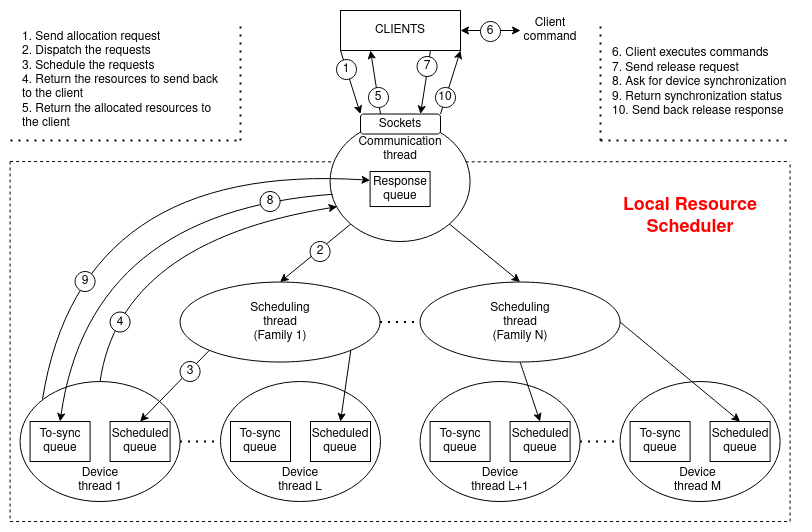
cea-hpc/phobos keeps this draw.io diagram as doc/design/pictures/LRS_schema.png. Above is the earlier version. Source tidied: cells renumbered, new cells last; positions are measured from the earlier drawing's top-left corner, leaving out a move shared by most shapes.
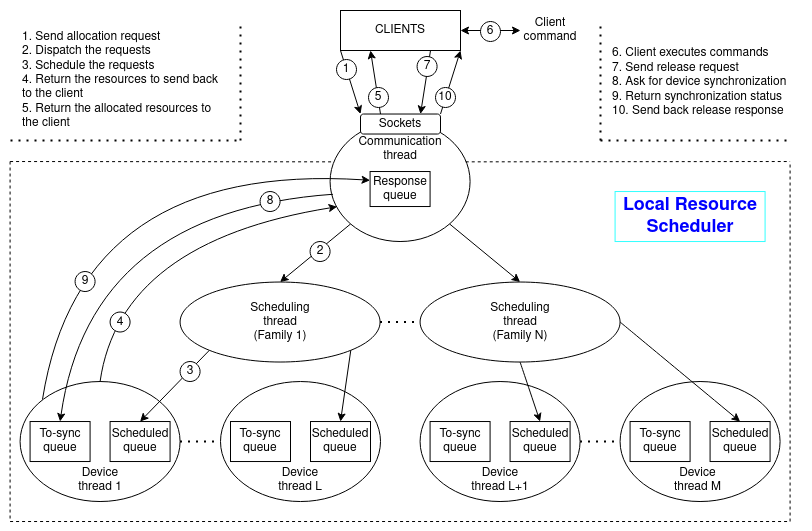
Later version of the same file.

Commit message:
schema: change font color from red to blue

Diff of the diagram source:
```diff
@@ -105,7 +105,7 @@
         <mxPoint x="9.6" y="521" as="targetPoint" />
       </mxGeometry>
     </mxCell>
-    <mxCell id="27" value="&lt;b&gt;Local Resource Scheduler&lt;/b&gt;" style="text;html=1;strokeColor=none;fillColor=none;align=center;verticalAlign=middle;whiteSpace=wrap;rounded=0;fontSize=18;fontColor=red;" parent="1" vertex="1">
+    <mxCell id="27" value="&lt;b&gt;Local Resource Scheduler&lt;/b&gt;" style="text;html=1;strokeColor=#33FFFF;fillColor=none;align=center;verticalAlign=middle;whiteSpace=wrap;rounded=0;fontSize=18;fontColor=blue&#10;;" parent="1" vertex="1">
       <mxGeometry x="614.6" y="191" width="150" height="50" as="geometry" />
     </mxCell>
     <mxCell id="28" value="Device thread 1" style="text;html=1;strokeColor=none;fillColor=none;align=center;verticalAlign=middle;whiteSpace=wrap;rounded=0;" parent="1" vertex="1">
```
